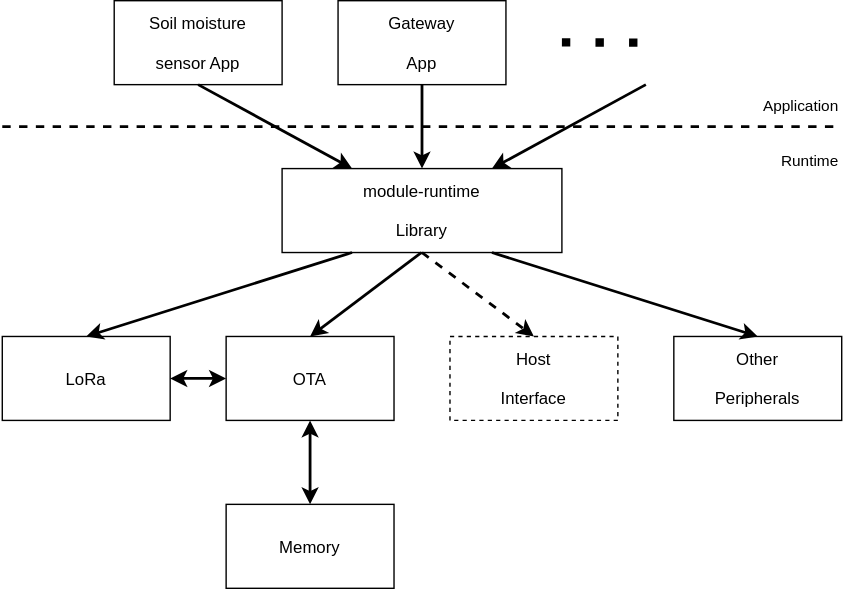
Above: presentation-final/img/firmware.drawio.svg in manakjiri/bcs-thesis (draw.io), before the change. Source tidied: cells renumbered, new cells last; positions are measured from the earlier drawing's top-left corner, leaving out a move shared by most shapes.
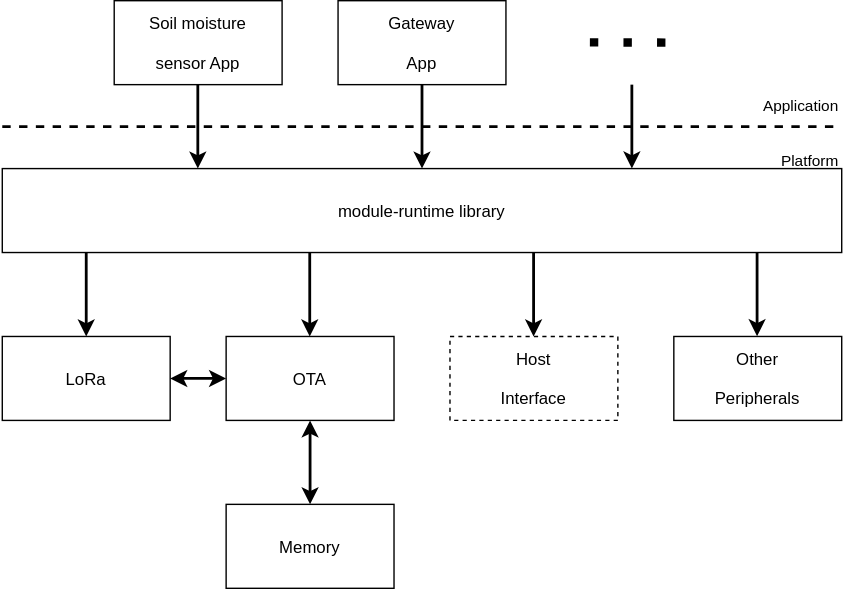
Above is the later version.

Change to the diagram source:
```diff
@@ -13,33 +13,20 @@
     </mxCell>
     <mxCell id="5" style="endArrow=none;dashed=1;html=1;dashPattern=1 3;strokeWidth=6;" parent="1" edge="1">
       <mxGeometry relative="1" as="geometry">
-        <mxPoint x="400" y="29.8" as="sourcePoint" />
-        <mxPoint x="460" y="30" as="targetPoint" />
+        <mxPoint x="420" y="29.8" as="sourcePoint" />
+        <mxPoint x="480" y="30" as="targetPoint" />
       </mxGeometry>
     </mxCell>
-    <mxCell id="6" value="module-runtime&#10;&#10;Library" style="rounded=0;" parent="1" vertex="1">
-      <mxGeometry x="200" y="120" width="200" height="60" as="geometry" />
+    <mxCell id="6" value="module-runtime library" style="rounded=0;" parent="1" vertex="1">
+      <mxGeometry y="120" width="600" height="60" as="geometry" />
     </mxCell>
-    <mxCell id="7" style="edgeStyle=none;html=1;strokeWidth=2;fontSize=2;exitX=0.5;exitY=1;exitDx=0;exitDy=0;entryX=0.25;entryY=0;entryDx=0;entryDy=0;" parent="1" edge="1" source="2" target="6">
-      <mxGeometry relative="1" as="geometry" />
-    </mxCell>
-    <mxCell id="8" style="edgeStyle=none;html=1;strokeWidth=2;fontSize=2;entryX=0.75;entryY=0;entryDx=0;entryDy=0;" parent="1" edge="1" target="6">
-      <mxGeometry relative="1" as="geometry">
-        <mxPoint x="460" y="60" as="sourcePoint" />
-      </mxGeometry>
-    </mxCell>
     <mxCell id="9" value="OTA" style="rounded=0;" parent="1" vertex="1">
       <mxGeometry x="160" y="240" width="120" height="60" as="geometry" />
     </mxCell>
-    <mxCell id="10" style="edgeStyle=none;html=1;strokeWidth=2;fontSize=2;entryX=0.5;entryY=0;entryDx=0;entryDy=0;" parent="1" edge="1" target="9">
-      <mxGeometry relative="1" as="geometry">
-        <mxPoint x="299.6" y="180" as="sourcePoint" />
-      </mxGeometry>
-    </mxCell>
     <mxCell id="11" value="LoRa" style="rounded=0;" parent="1" vertex="1">
       <mxGeometry y="240" width="120" height="60" as="geometry" />
     </mxCell>
-    <mxCell id="12" style="edgeStyle=none;html=1;strokeWidth=2;fontSize=2;entryX=0.5;entryY=0;entryDx=0;entryDy=0;exitX=0.25;exitY=1;exitDx=0;exitDy=0;" parent="1" edge="1" source="6" target="11">
+    <mxCell id="12" style="edgeStyle=none;html=1;strokeWidth=2;fontSize=2;entryX=0.5;entryY=0;entryDx=0;entryDy=0;exitX=0.1;exitY=1.002;exitDx=0;exitDy=0;exitPerimeter=0;" parent="1" edge="1" source="6" target="11">
       <mxGeometry relative="1" as="geometry" />
     </mxCell>
     <mxCell id="13" style="edgeStyle=none;html=1;strokeWidth=2;fontSize=2;exitX=0;exitY=0.5;exitDx=0;exitDy=0;entryX=1;entryY=0.5;entryDx=0;entryDy=0;startArrow=classic;startFill=1;" parent="1" edge="1" source="9" target="11">
@@ -54,15 +41,9 @@
     <mxCell id="16" value="Other &#10;&#10;Peripherals" style="rounded=0;" parent="1" vertex="1">
       <mxGeometry x="480" y="240" width="120" height="60" as="geometry" />
     </mxCell>
-    <mxCell id="17" style="edgeStyle=none;html=1;strokeWidth=2;fontSize=2;exitX=0.75;exitY=1;exitDx=0;exitDy=0;entryX=0.5;entryY=0;entryDx=0;entryDy=0;" parent="1" edge="1" source="6" target="16">
-      <mxGeometry relative="1" as="geometry" />
-    </mxCell>
     <mxCell id="18" value="Host &#10;&#10;Interface" style="rounded=0;dashed=1;" parent="1" vertex="1">
       <mxGeometry x="320" y="240" width="120" height="60" as="geometry" />
     </mxCell>
-    <mxCell id="19" style="edgeStyle=none;html=1;strokeWidth=2;fontSize=2;entryX=0.5;entryY=0;entryDx=0;entryDy=0;exitX=0.5;exitY=1;exitDx=0;exitDy=0;dashed=1;" parent="1" edge="1" source="6" target="18">
-      <mxGeometry relative="1" as="geometry" />
-    </mxCell>
     <mxCell id="20" style="endArrow=none;dashed=1;html=1;strokeWidth=2;fontSize=2;" parent="1" edge="1">
       <mxGeometry relative="1" as="geometry">
         <mxPoint y="90" as="sourcePoint" />
@@ -72,8 +53,38 @@
     <mxCell id="21" value="&lt;font style=&quot;font-size: 11px;&quot;&gt;Application&lt;/font&gt;" style="text;html=1;strokeColor=none;fillColor=none;align=right;verticalAlign=middle;whiteSpace=wrap;rounded=0;dashed=1;fontSize=2;" parent="1" vertex="1">
       <mxGeometry x="540" y="60" width="60" height="30" as="geometry" />
     </mxCell>
-    <mxCell id="22" value="&lt;font style=&quot;font-size: 11px;&quot;&gt;Runtime&lt;/font&gt;" style="text;html=1;strokeColor=none;fillColor=none;align=right;verticalAlign=middle;whiteSpace=wrap;rounded=0;dashed=1;fontSize=2;" parent="1" vertex="1">
+    <mxCell id="22" value="&lt;font style=&quot;font-size: 11px;&quot;&gt;Platform&lt;/font&gt;" style="text;html=1;strokeColor=none;fillColor=none;align=right;verticalAlign=middle;whiteSpace=wrap;rounded=0;dashed=1;fontSize=2;" parent="1" vertex="1">
       <mxGeometry x="540" y="100" width="60" height="30" as="geometry" />
     </mxCell>
+    <mxCell id="23" style="edgeStyle=none;html=1;strokeWidth=2;fontSize=2;entryX=0.5;entryY=0;entryDx=0;entryDy=0;exitX=0.1;exitY=1.002;exitDx=0;exitDy=0;exitPerimeter=0;" parent="1" edge="1">
+      <mxGeometry relative="1" as="geometry">
+        <mxPoint x="219.8" y="180.1" as="sourcePoint" />
+        <mxPoint x="219.8" y="240" as="targetPoint" />
+      </mxGeometry>
+    </mxCell>
+    <mxCell id="24" style="edgeStyle=none;html=1;strokeWidth=2;fontSize=2;entryX=0.5;entryY=0;entryDx=0;entryDy=0;exitX=0.1;exitY=1.002;exitDx=0;exitDy=0;exitPerimeter=0;" parent="1" edge="1">
+      <mxGeometry relative="1" as="geometry">
+        <mxPoint x="379.8" y="180.1" as="sourcePoint" />
+        <mxPoint x="379.8" y="240" as="targetPoint" />
+      </mxGeometry>
+    </mxCell>
+    <mxCell id="25" style="edgeStyle=none;html=1;strokeWidth=2;fontSize=2;entryX=0.5;entryY=0;entryDx=0;entryDy=0;exitX=0.1;exitY=1.002;exitDx=0;exitDy=0;exitPerimeter=0;" parent="1" edge="1">
+      <mxGeometry relative="1" as="geometry">
+        <mxPoint x="539.5" y="180" as="sourcePoint" />
+        <mxPoint x="539.5" y="239.9" as="targetPoint" />
+      </mxGeometry>
+    </mxCell>
+    <mxCell id="26" style="edgeStyle=none;html=1;strokeWidth=2;fontSize=2;entryX=0.5;entryY=0;entryDx=0;entryDy=0;exitX=0.1;exitY=1.002;exitDx=0;exitDy=0;exitPerimeter=0;" parent="1" edge="1">
+      <mxGeometry relative="1" as="geometry">
+        <mxPoint x="450" y="60" as="sourcePoint" />
+        <mxPoint x="450" y="119.9" as="targetPoint" />
+      </mxGeometry>
+    </mxCell>
+    <mxCell id="27" style="edgeStyle=none;html=1;strokeWidth=2;fontSize=2;entryX=0.5;entryY=0;entryDx=0;entryDy=0;exitX=0.1;exitY=1.002;exitDx=0;exitDy=0;exitPerimeter=0;" parent="1" edge="1">
+      <mxGeometry relative="1" as="geometry">
+        <mxPoint x="139.8" y="60.1" as="sourcePoint" />
+        <mxPoint x="139.8" y="120" as="targetPoint" />
+      </mxGeometry>
+    </mxCell>
   </root>
 </mxGraphModel>
```
